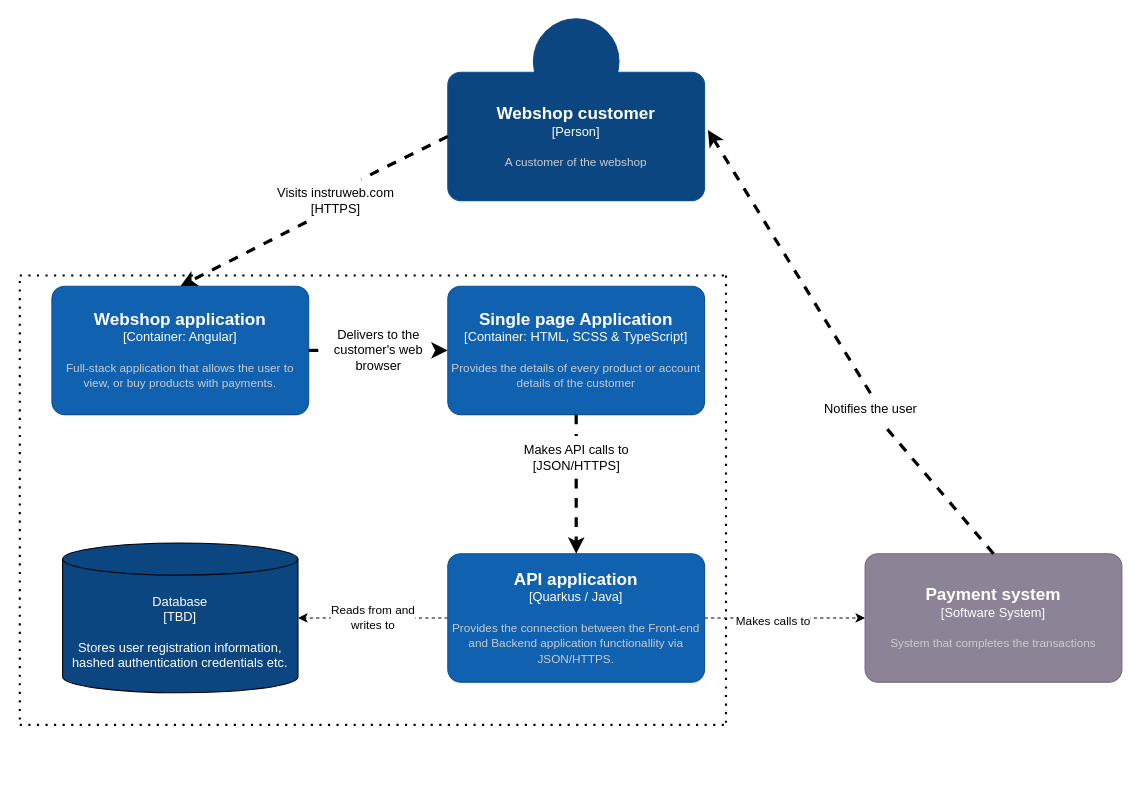
Instruweb/Documentation keeps this draw.io diagram as page "Container diagram" (3 of 5) of Documentation/S3IP - Instruweb.drawio. Above is the earlier version. Source tidied: cells renumbered, new cells numbered last; positions are measured from the earlier drawing's top-left corner, leaving out a move shared by most shapes. Both pictures are drawn from the tidied source at 107%, with x=0, y=0 at pixel (19, 18).
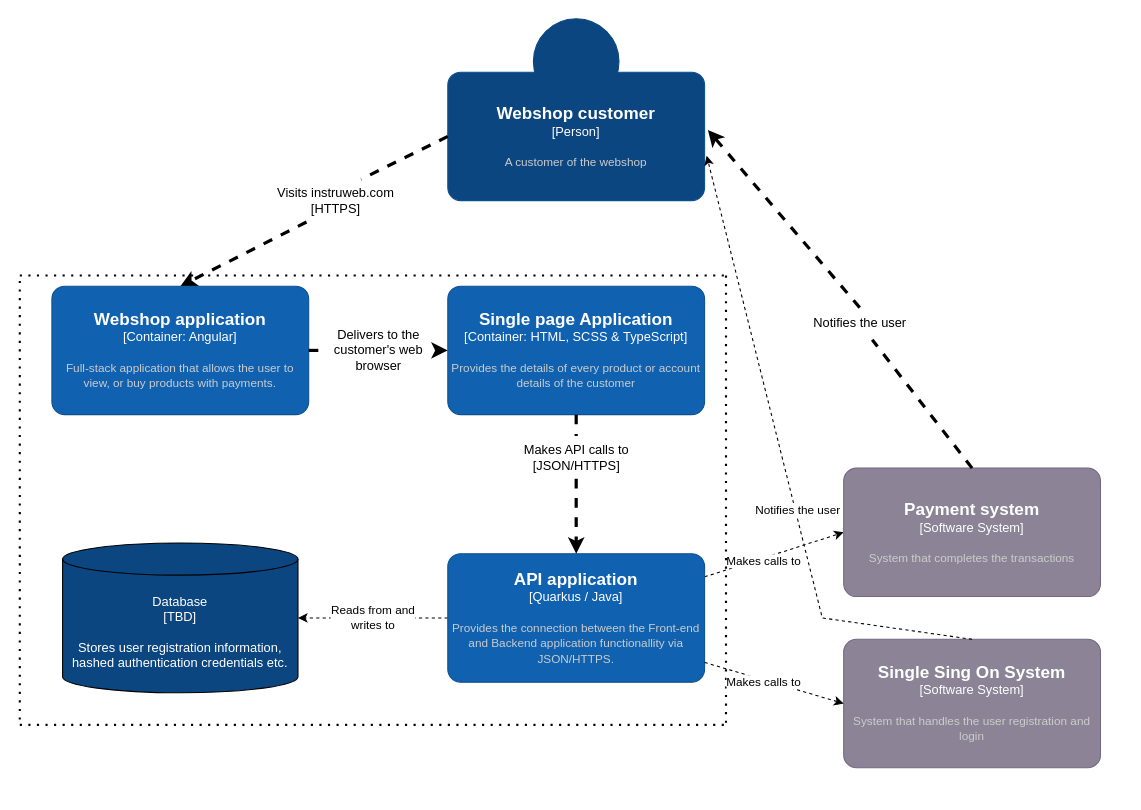
The same page after the edit.

Commit message (it also covers changes not shown here):
updated software achritecture. added explaination for async functions.

Unchanged cells that the change refers to:
```xml
<object id="3" label="&lt;font style=&quot;font-size: 16px&quot;&gt;&lt;b&gt;%c4Name%&lt;/b&gt;&lt;/font&gt;&lt;div&gt;[%c4Type%]&lt;/div&gt;&lt;br&gt;&lt;div&gt;&lt;font style=&quot;font-size: 11px&quot;&gt;&lt;font color=&quot;#cccccc&quot;&gt;%c4Description%&lt;/font&gt;&lt;/div&gt;" c4Description="A customer of the webshop" c4Name="Webshop customer" c4Type="Person" placeholders="1">
  <mxCell style="rounded=1;whiteSpace=wrap;html=1;labelBackgroundColor=none;fillColor=#0C4680;fontColor=#ffffff;align=center;arcSize=10;strokeColor=#0D5091;points=[[0.25,0,0],[0.5,0,0],[0.75,0,0],[1,0.25,0],[1,0.5,0],[1,0.75,0],[0.75,1,0],[0.5,1,0],[0.25,1,0],[0,0.75,0],[0,0.5,0],[0,0.25,0]];" parent="1" vertex="1">
    <mxGeometry x="400" y="50" width="240" height="120" as="geometry" />
  </mxCell>
</object>
```

What changed in the source:
```diff
@@
     <object id="14" label="&lt;font style=&quot;font-size: 16px&quot;&gt;&lt;b&gt;%c4Name%&lt;/b&gt;&lt;/font&gt;&lt;div&gt;[%c4Type%]&lt;/div&gt;&lt;br&gt;&lt;div&gt;&lt;font style=&quot;font-size: 11px&quot;&gt;&lt;font color=&quot;#cccccc&quot;&gt;%c4Description%&lt;/font&gt;&lt;/div&gt;" c4Description="System that completes the transactions" c4Name="Payment system" c4Type="Software System" placeholders="1">
       <mxCell style="rounded=1;whiteSpace=wrap;html=1;labelBackgroundColor=none;fillColor=#8C8496;fontColor=#ffffff;align=center;arcSize=10;strokeColor=#736782;points=[[0.25,0,0],[0.5,0,0],[0.75,0,0],[1,0.25,0],[1,0.5,0],[1,0.75,0],[0.75,1,0],[0.5,1,0],[0.25,1,0],[0,0.75,0],[0,0.5,0],[0,0.25,0]];" parent="1" vertex="1">
-        <mxGeometry x="790" y="500" width="240" height="120" as="geometry" />
+        <mxGeometry x="770" y="420" width="240" height="120" as="geometry" />
       </mxCell>
     </object>
     <mxCell id="15" value="Notifies the user" style="text;html=1;align=center;verticalAlign=middle;points=[];fillColor=none;strokeColor=none;rounded=0;" parent="1" vertex="1">
-      <mxGeometry x="740" y="350" width="110" height="30" as="geometry" />
+      <mxGeometry x="730" y="270" width="110" height="30" as="geometry" />
     </mxCell>
@@
+    <object id="29" label="&lt;font style=&quot;font-size: 16px&quot;&gt;&lt;b&gt;%c4Name%&lt;/b&gt;&lt;/font&gt;&lt;div&gt;[%c4Type%]&lt;/div&gt;&lt;br&gt;&lt;div&gt;&lt;font style=&quot;font-size: 11px&quot;&gt;&lt;font color=&quot;#cccccc&quot;&gt;%c4Description%&lt;/font&gt;&lt;/div&gt;" c4Description="System that handles the user registration and login" c4Name="Single Sing On System" c4Type="Software System" placeholders="1">
+      <mxCell style="rounded=1;whiteSpace=wrap;html=1;labelBackgroundColor=none;fillColor=#8C8496;fontColor=#ffffff;align=center;arcSize=10;strokeColor=#736782;points=[[0.25,0,0],[0.5,0,0],[0.75,0,0],[1,0.25,0],[1,0.5,0],[1,0.75,0],[0.75,1,0],[0.5,1,0],[0.25,1,0],[0,0.75,0],[0,0.5,0],[0,0.25,0]];" parent="1" vertex="1">
+        <mxGeometry x="770" y="580" width="240" height="120" as="geometry" />
+      </mxCell>
+    </object>
+    <mxCell id="30" style="edgeStyle=none;rounded=0;jettySize=auto;html=1;entryX=0;entryY=0.5;entryDx=0;entryDy=0;entryPerimeter=0;dashed=1;" parent="1" edge="1" target="29">
+      <mxGeometry relative="1" as="geometry">
+        <mxPoint x="640" y="601.6" as="sourcePoint" />
+      </mxGeometry>
+    </mxCell>
+    <mxCell id="31" value="Makes calls to" style="edgeLabel;html=1;align=center;verticalAlign=middle;" parent="30" vertex="1">
+      <mxGeometry x="-0.16" y="-2" relative="1" as="geometry" />
+    </mxCell>
+    <mxCell id="32" style="edgeStyle=none;rounded=0;jettySize=auto;html=1;entryX=1.008;entryY=0.65;entryDx=0;entryDy=0;entryPerimeter=0;dashed=1;" parent="1" edge="1" target="3">
+      <mxGeometry relative="1" as="geometry">
+        <mxPoint x="890" y="580" as="sourcePoint" />
+        <Array as="points">
+          <mxPoint x="750" y="560" />
+        </Array>
+      </mxGeometry>
+    </mxCell>
+    <mxCell id="33" value="Notifies the user" style="edgeLabel;html=1;align=center;verticalAlign=middle;" parent="32" vertex="1">
+      <mxGeometry x="-0.16" y="-2" relative="1" as="geometry" />
+    </mxCell>
```
